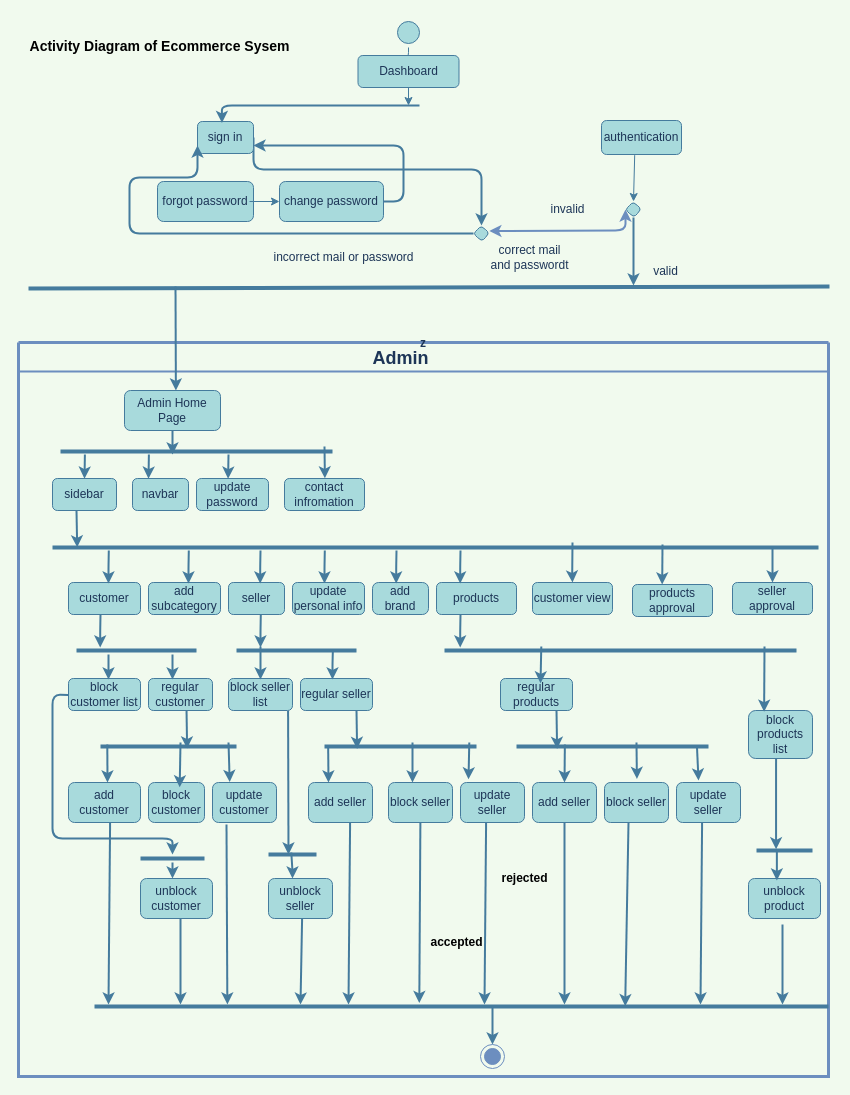
This is Activity Diagram Customer.drawio from Nasrinjaha/Click-Collect, a draw.io file, before an edit. Source tidied: cells renumbered, new cells numbered last; positions are measured from the earlier drawing's top-left corner, leaving out a move shared by most shapes. Both pictures are drawn from the tidied source at 100%, with x=0, y=0 at pixel (18, 17).
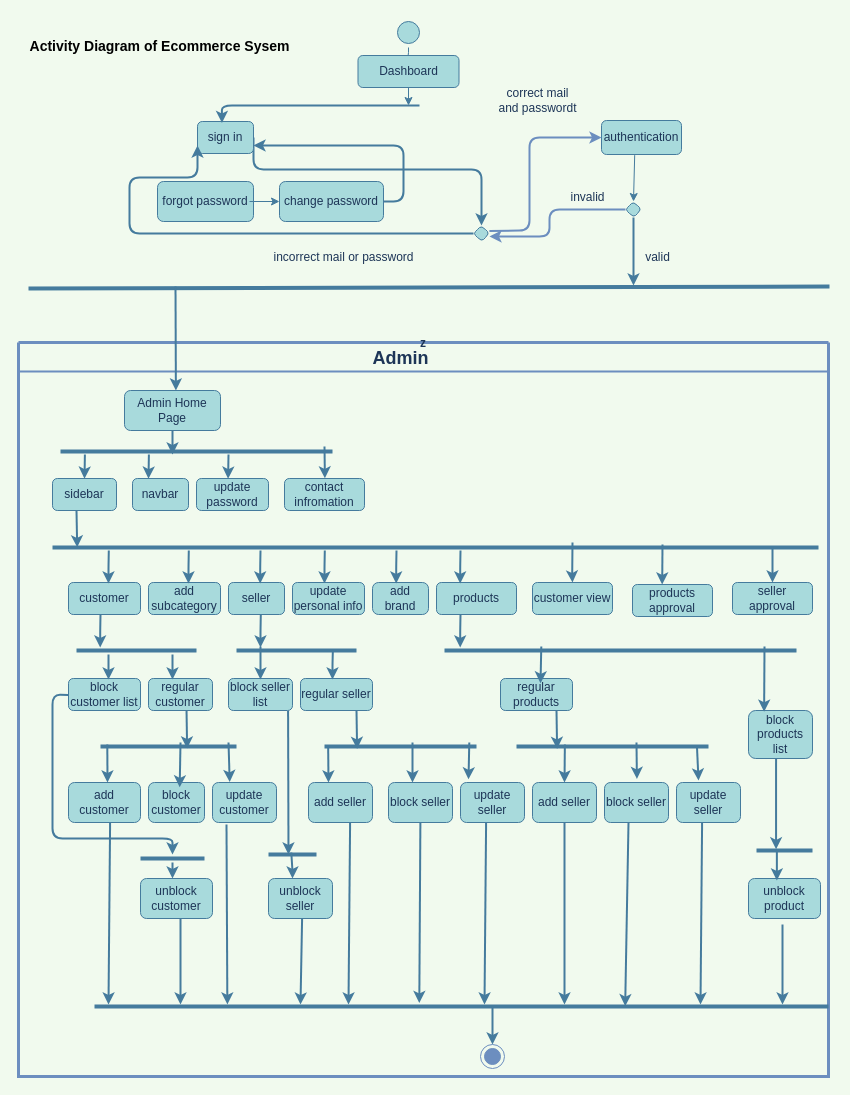
Above is the later version.

The change refers to these unchanged cells:
```xml
<mxCell id="17" value="z" style="swimlane;startSize=0;strokeWidth=3;fillColor=#A8DADC;strokeColor=#6C8EBF;fontColor=#1D3557;rounded=1;" parent="1" vertex="1">
  <mxGeometry y="325" width="810" height="734" as="geometry" />
</mxCell>
<mxCell id="122" value="authentication" style="whiteSpace=wrap;html=1;fillColor=#A8DADC;strokeColor=#457B9D;fontColor=#1D3557;rounded=1;" parent="1" vertex="1">
  <mxGeometry x="583" y="103" width="80" height="34" as="geometry" />
</mxCell>
<mxCell id="123" style="rhombus;whiteSpace=wrap;html=1;fillColor=#A8DADC;strokeColor=#457B9D;fontColor=#1D3557;rounded=1;arcSize=50;" parent="1" vertex="1">
  <mxGeometry x="607" y="184" width="16" height="16" as="geometry" />
</mxCell>
```

Diff of the diagram source:
```diff
@@
-    <mxCell id="15" value="correct mail &lt;br&gt;and passwordt" style="text;html=1;align=center;verticalAlign=middle;points=[];fillColor=none;strokeColor=none;fontColor=#1D3557;rounded=1;" parent="1" vertex="1">
-      <mxGeometry x="463" y="216" width="96" height="48" as="geometry" />
-    </mxCell>
@@
-    <mxCell id="103" value="&lt;b&gt;rejected&lt;/b&gt;" style="text;html=1;align=center;verticalAlign=middle;strokeColor=none;fillColor=none;" parent="17" vertex="1">
-      <mxGeometry x="474" y="520" width="64" height="32" as="geometry" />
-    </mxCell>
-    <mxCell id="104" value="&lt;b&gt;accepted&lt;/b&gt;" style="text;html=1;align=center;verticalAlign=middle;strokeColor=none;fillColor=none;" parent="17" vertex="1">
-      <mxGeometry x="402" y="584" width="72" height="32" as="geometry" />
-    </mxCell>
@@
+    <mxCell id="131" style="edgeStyle=orthogonalEdgeStyle;rounded=1;jettySize=auto;html=1;entryX=0.083;entryY=0.063;entryDx=0;entryDy=0;entryPerimeter=0;startArrow=none;startFill=0;strokeColor=#6C8EBF;strokeWidth=2;" parent="1" edge="1" source="123">
+      <mxGeometry relative="1" as="geometry">
+        <mxPoint x="471" y="219" as="targetPoint" />
+        <Array as="points">
+          <mxPoint x="531" y="192" />
+          <mxPoint x="531" y="219" />
+        </Array>
+      </mxGeometry>
+    </mxCell>
@@
     <mxCell id="126" value="valid" style="text;html=1;align=center;verticalAlign=middle;strokeColor=none;fillColor=none;fontColor=#1D3557;rounded=1;" parent="1" vertex="1">
-      <mxGeometry x="623" y="238" width="48" height="32" as="geometry" />
+      <mxGeometry x="615" y="224" width="48" height="32" as="geometry" />
     </mxCell>
     <mxCell id="127" value="invalid" style="text;html=1;align=center;verticalAlign=middle;strokeColor=none;fillColor=none;fontColor=#1D3557;rounded=1;" parent="1" vertex="1">
-      <mxGeometry x="521" y="176" width="56" height="32" as="geometry" />
+      <mxGeometry x="541" y="164" width="56" height="32" as="geometry" />
     </mxCell>
@@
-    <mxCell id="129" style="endArrow=classic;html=1;rounded=1;fillColor=#dae8fc;strokeColor=#6C8EBF;strokeWidth=2;exitX=0.082;exitY=-0.053;exitDx=0;exitDy=0;exitPerimeter=0;entryX=0;entryY=0.5;entryDx=0;entryDy=0;startArrow=classic;startFill=1;endFill=1;" parent="1" edge="1" source="15" target="123">
+    <mxCell id="129" style="endArrow=classic;html=1;rounded=1;fillColor=#dae8fc;strokeColor=#6C8EBF;strokeWidth=2;exitX=0.082;exitY=-0.053;exitDx=0;exitDy=0;exitPerimeter=0;startArrow=none;startFill=0;endFill=1;entryX=0;entryY=0.5;entryDx=0;entryDy=0;" parent="1" edge="1" target="122">
       <mxGeometry relative="1" as="geometry">
+        <mxPoint x="470.9" y="213.5" as="sourcePoint" />
         <Array as="points">
-          <mxPoint x="607" y="213" />
+          <mxPoint x="511" y="213" />
+          <mxPoint x="511" y="120" />
         </Array>
       </mxGeometry>
     </mxCell>
@@
+    <mxCell id="15" value="correct mail &lt;br&gt;and passwordt" style="text;html=1;align=center;verticalAlign=middle;points=[];fillColor=none;strokeColor=none;fontColor=#1D3557;rounded=1;" parent="1" vertex="1">
+      <mxGeometry x="471" y="59" width="96" height="48" as="geometry" />
+    </mxCell>
```
